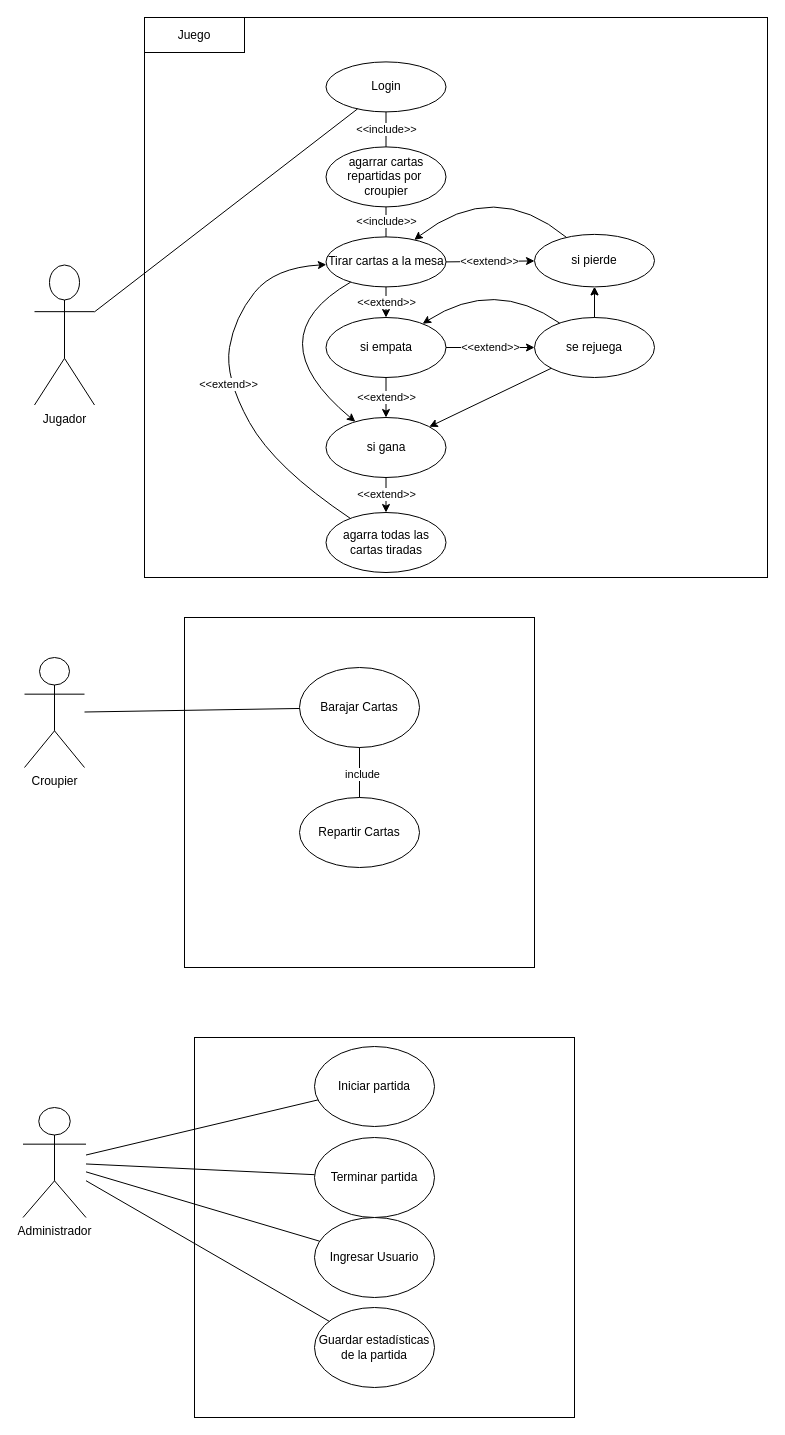
The draw.io diagram obligatorioGuerra-main/Docs/casodeusoJugador.drawio in SaF319/proyectING, before the edit. Source tidied: cells renumbered, new cells numbered last; positions are measured from the earlier drawing's top-left corner, leaving out a move shared by most shapes. Both pictures are drawn from the tidied source at 100%, with x=0, y=0 at pixel (22, 17).
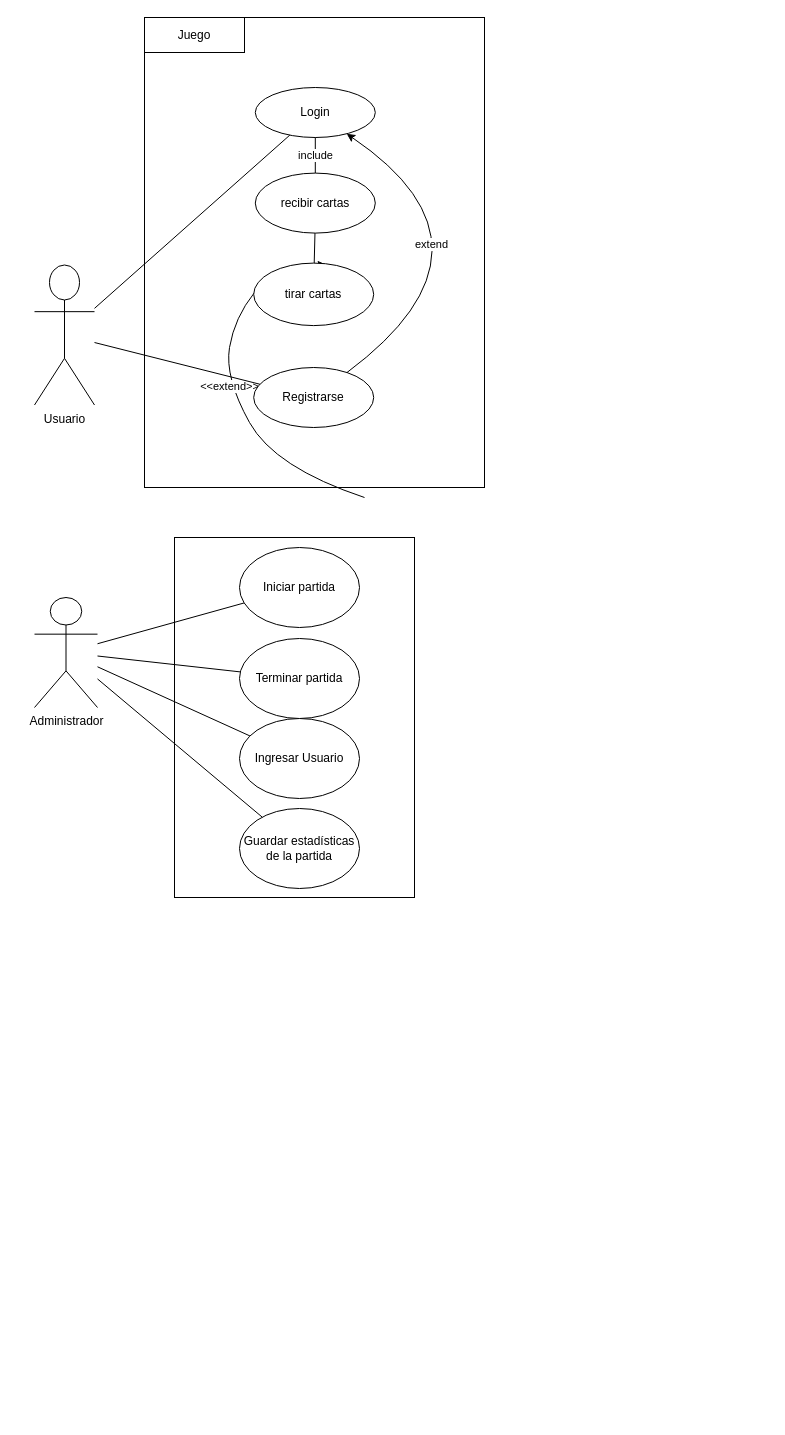
After the change.

Commit message:
caso de uso

Change to the diagram source:
```diff
@@
+    <mxCell id="45" style="rounded=0;whiteSpace=wrap;html=1;" parent="1" vertex="1">
+      <mxGeometry x="152" y="520" width="240" height="360" as="geometry" />
+    </mxCell>
-    <mxCell id="2" value="Jugador" style="shape=umlActor;verticalLabelPosition=bottom;verticalAlign=top;html=1;outlineConnect=0;direction=east;" parent="1" vertex="1">
+    <mxCell id="2" value="Usuario" style="shape=umlActor;verticalLabelPosition=bottom;verticalAlign=top;html=1;outlineConnect=0;direction=east;" parent="1" vertex="1">
       <mxGeometry x="12" y="247.5" width="60" height="140" as="geometry" />
     </mxCell>
     <mxCell id="3" style="rounded=0;whiteSpace=wrap;html=1;labelBackgroundColor=none;fontColor=default;" parent="1" vertex="1">
-      <mxGeometry x="122" width="623" height="560" as="geometry" />
+      <mxGeometry x="122" width="340" height="470" as="geometry" />
     </mxCell>
     <mxCell id="4" value="Login" style="ellipse;whiteSpace=wrap;html=1;" parent="1" vertex="1">
-      <mxGeometry x="303.5" y="44.4" width="120" height="50" as="geometry" />
+      <mxGeometry x="232.8" y="70" width="120" height="50" as="geometry" />
     </mxCell>
@@
-    <mxCell id="7" value="Tirar cartas a la mesa" style="ellipse;whiteSpace=wrap;html=1;" parent="1" vertex="1">
-      <mxGeometry x="303.5" y="219.4" width="120" height="50" as="geometry" />
-    </mxCell>
-    <mxCell id="8" value="agarrar cartas repartidas por&amp;nbsp;&lt;div&gt;croupier&lt;/div&gt;" style="ellipse;whiteSpace=wrap;html=1;" parent="1" vertex="1">
-      <mxGeometry x="303.5" y="129.4" width="120" height="60" as="geometry" />
-    </mxCell>
-    <mxCell id="9" value="&amp;lt;&amp;lt;include&amp;gt;&amp;gt;" style="endArrow=none;html=1;rounded=0;" parent="1" edge="1" source="4" target="8">
+    <mxCell id="9" value="include" style="endArrow=none;html=1;rounded=0;" parent="1" edge="1" source="4" target="46">
       <mxGeometry relative="1" as="geometry" />
     </mxCell>
-    <mxCell id="10" value="&amp;lt;&amp;lt;include&amp;gt;&amp;gt;" style="endArrow=none;html=1;rounded=0;" parent="1" edge="1" source="7" target="8">
-      <mxGeometry relative="1" as="geometry" />
-    </mxCell>
-    <mxCell id="11" value="si gana" style="ellipse;whiteSpace=wrap;html=1;" parent="1" vertex="1">
-      <mxGeometry x="303.5" y="400" width="120" height="60" as="geometry" />
-    </mxCell>
-    <mxCell id="12" value="si pierde" style="ellipse;whiteSpace=wrap;html=1;" parent="1" vertex="1">
-      <mxGeometry x="512" y="216.9" width="120" height="52.5" as="geometry" />
-    </mxCell>
-    <mxCell id="13" value="si empata" style="ellipse;whiteSpace=wrap;html=1;" parent="1" vertex="1">
-      <mxGeometry x="303.5" y="300" width="120" height="60" as="geometry" />
-    </mxCell>
-    <mxCell id="14" value="agarra todas las cartas tiradas" style="ellipse;whiteSpace=wrap;html=1;" parent="1" vertex="1">
-      <mxGeometry x="303.5" y="495" width="120" height="60" as="geometry" />
-    </mxCell>
-    <mxCell id="15" value="&amp;lt;&amp;lt;extend&amp;gt;&amp;gt;" style="endArrow=none;html=1;rounded=0;startArrow=classic;startFill=1;" parent="1" edge="1" source="13" target="7">
-      <mxGeometry relative="1" as="geometry" />
-    </mxCell>
-    <mxCell id="16" value="&amp;lt;&amp;lt;extend&amp;gt;&amp;gt;" style="endArrow=classic;html=1;rounded=0;endFill=1;" parent="1" edge="1" source="7" target="12">
-      <mxGeometry relative="1" as="geometry" />
-    </mxCell>
-    <mxCell id="17" value="&amp;lt;&amp;lt;extend&amp;gt;&amp;gt;" style="endArrow=none;html=1;rounded=0;startArrow=classic;startFill=1;" parent="1" edge="1" source="11" target="13">
-      <mxGeometry relative="1" as="geometry" />
-    </mxCell>
-    <mxCell id="18" style="edgeStyle=orthogonalEdgeStyle;rounded=0;jettySize=auto;html=1;" parent="1" edge="1" source="19" target="12">
-      <mxGeometry relative="1" as="geometry" />
-    </mxCell>
-    <mxCell id="19" value="se rejuega" style="ellipse;whiteSpace=wrap;html=1;" parent="1" vertex="1">
-      <mxGeometry x="512" y="300" width="120" height="60" as="geometry" />
-    </mxCell>
-    <mxCell id="20" value="&amp;lt;&amp;lt;extend&amp;gt;&amp;gt;" style="endArrow=classic;html=1;rounded=0;startArrow=none;startFill=0;endFill=1;" parent="1" edge="1" source="13" target="19">
-      <mxGeometry relative="1" as="geometry" />
-    </mxCell>
-    <mxCell id="21" style="endArrow=none;html=1;rounded=0;curved=1;startArrow=classic;startFill=1;" parent="1" edge="1" source="11" target="7">
-      <mxGeometry relative="1" as="geometry">
-        <Array as="points">
-          <mxPoint x="232" y="320" />
-        </Array>
-      </mxGeometry>
-    </mxCell>
-    <mxCell id="22" value="&amp;lt;&amp;lt;extend&amp;gt;&amp;gt;" style="endArrow=none;html=1;rounded=0;startArrow=classic;startFill=1;" parent="1" edge="1" source="14" target="11">
-      <mxGeometry relative="1" as="geometry" />
-    </mxCell>
-    <mxCell id="23" value="&amp;lt;&amp;lt;extend&amp;gt;&amp;gt;" style="endArrow=classic;html=1;rounded=0;curved=1;endFill=1;strokeColor=default;" parent="1" edge="1" source="14" target="7">
+    <mxCell id="23" value="&amp;lt;&amp;lt;extend&amp;gt;&amp;gt;" style="endArrow=classic;html=1;rounded=0;curved=1;endFill=1;strokeColor=default;" parent="1" edge="1">
       <mxGeometry relative="1" as="geometry">
+        <mxPoint x="342" y="480" as="sourcePoint" />
+        <mxPoint x="303.8" y="247.1" as="targetPoint" />
         <Array as="points">
           <mxPoint x="252" y="450" />
           <mxPoint x="202" y="360" />
           <mxPoint x="212" y="300" />
           <mxPoint x="252" y="250" />
         </Array>
       </mxGeometry>
     </mxCell>
-    <mxCell id="24" style="endArrow=none;html=1;rounded=0;startArrow=classic;startFill=1;" parent="1" edge="1" source="11" target="19">
-      <mxGeometry relative="1" as="geometry" />
-    </mxCell>
-    <mxCell id="25" style="endArrow=classic;html=1;rounded=0;endFill=1;" parent="1" edge="1" source="19" target="12">
-      <mxGeometry relative="1" as="geometry" />
-    </mxCell>
-    <mxCell id="26" style="endArrow=none;html=1;rounded=0;curved=1;startArrow=classic;startFill=1;" parent="1" edge="1" source="7" target="12">
-      <mxGeometry relative="1" as="geometry">
-        <Array as="points">
-          <mxPoint x="472" y="160" />
-        </Array>
-      </mxGeometry>
-    </mxCell>
-    <mxCell id="27" style="endArrow=classic;html=1;rounded=0;curved=1;endFill=1;" parent="1" edge="1" source="19" target="13">
-      <mxGeometry relative="1" as="geometry">
-        <Array as="points">
-          <mxPoint x="472" y="260" />
-        </Array>
-      </mxGeometry>
-    </mxCell>
-    <mxCell id="28" value="Croupier" style="shape=umlActor;verticalLabelPosition=bottom;verticalAlign=top;html=1;outlineConnect=0;" parent="1" vertex="1">
-      <mxGeometry x="2" y="640" width="60" height="110" as="geometry" />
-    </mxCell>
-    <mxCell id="29" style="whiteSpace=wrap;html=1;" parent="1" vertex="1">
-      <mxGeometry x="162" y="600" width="350" height="350" as="geometry" />
-    </mxCell>
-    <mxCell id="30" value="Repartir Cartas" style="ellipse;whiteSpace=wrap;html=1;" parent="1" vertex="1">
-      <mxGeometry x="277" y="780" width="120" height="70" as="geometry" />
-    </mxCell>
-    <mxCell id="31" value="Barajar Cartas" style="ellipse;whiteSpace=wrap;html=1;" parent="1" vertex="1">
-      <mxGeometry x="277" y="650" width="120" height="80" as="geometry" />
-    </mxCell>
-    <mxCell id="32" style="endArrow=none;html=1;rounded=0;" parent="1" edge="1" source="28" target="31">
-      <mxGeometry relative="1" as="geometry" />
-    </mxCell>
-    <mxCell id="33" style="endArrow=none;html=1;rounded=0;" parent="1" edge="1" source="30" target="31">
-      <mxGeometry relative="1" as="geometry" />
-    </mxCell>
-    <mxCell id="34" value="include" style="edgeLabel;html=1;align=center;verticalAlign=middle;" parent="33" vertex="1">
-      <mxGeometry x="-0.04" y="-2" relative="1" as="geometry" />
-    </mxCell>
     <mxCell id="35" value="Administrador" style="shape=umlActor;verticalLabelPosition=bottom;verticalAlign=top;html=1;outlineConnect=0;" parent="1" vertex="1">
-      <mxGeometry x="0.5" y="1090" width="63" height="110" as="geometry" />
+      <mxGeometry x="12" y="580" width="63" height="110" as="geometry" />
     </mxCell>
-    <mxCell id="36" style="whiteSpace=wrap;html=1;" parent="1" vertex="1">
-      <mxGeometry x="172" y="1020" width="380" height="380" as="geometry" />
-    </mxCell>
     <mxCell id="37" value="Iniciar partida" style="ellipse;whiteSpace=wrap;html=1;" parent="1" vertex="1">
-      <mxGeometry x="292" y="1029" width="120" height="80" as="geometry" />
+      <mxGeometry x="217" y="530" width="120" height="80" as="geometry" />
     </mxCell>
     <mxCell id="38" value="Terminar partida" style="ellipse;whiteSpace=wrap;html=1;" parent="1" vertex="1">
-      <mxGeometry x="292" y="1120" width="120" height="80" as="geometry" />
+      <mxGeometry x="217" y="621" width="120" height="80" as="geometry" />
     </mxCell>
@@
     <mxCell id="41" value="Ingresar Usuario" style="ellipse;whiteSpace=wrap;html=1;" parent="1" vertex="1">
-      <mxGeometry x="292" y="1200" width="120" height="80" as="geometry" />
+      <mxGeometry x="217" y="701" width="120" height="80" as="geometry" />
     </mxCell>
     <mxCell id="42" value="Guardar estadísticas de la partida" style="ellipse;whiteSpace=wrap;html=1;" parent="1" vertex="1">
-      <mxGeometry x="292" y="1290" width="120" height="80" as="geometry" />
+      <mxGeometry x="217" y="791" width="120" height="80" as="geometry" />
     </mxCell>
@@
+    <mxCell id="46" value="recibir cartas" style="ellipse;whiteSpace=wrap;html=1;" parent="1" vertex="1">
+      <mxGeometry x="232.8" y="155.6" width="120" height="60" as="geometry" />
+    </mxCell>
+    <mxCell id="47" value="&lt;div&gt;tirar cartas&lt;/div&gt;" style="ellipse;whiteSpace=wrap;html=1;" parent="1" vertex="1">
+      <mxGeometry x="231.2" y="245.6" width="120" height="62.5" as="geometry" />
+    </mxCell>
+    <mxCell id="48" style="endArrow=none;html=1;rounded=0;" parent="1" edge="1" source="47" target="46">
+      <mxGeometry relative="1" as="geometry" />
+    </mxCell>
+    <mxCell id="49" value="Registrarse" style="ellipse;whiteSpace=wrap;html=1;" parent="1" vertex="1">
+      <mxGeometry x="231.2" y="350" width="120" height="60" as="geometry" />
+    </mxCell>
+    <mxCell id="50" style="endArrow=none;html=1;rounded=0;" parent="1" edge="1" source="49" target="2">
+      <mxGeometry relative="1" as="geometry" />
+    </mxCell>
+    <mxCell id="51" style="endArrow=classic;html=1;rounded=0;curved=1;endFill=1;" parent="1" edge="1" source="49" target="4">
+      <mxGeometry relative="1" as="geometry">
+        <Array as="points">
+          <mxPoint x="492" y="230" />
+        </Array>
+      </mxGeometry>
+    </mxCell>
+    <mxCell id="52" value="extend" style="edgeLabel;html=1;align=center;verticalAlign=middle;" parent="51" vertex="1">
+      <mxGeometry x="0.36" y="44" relative="1" as="geometry" />
+    </mxCell>
```
